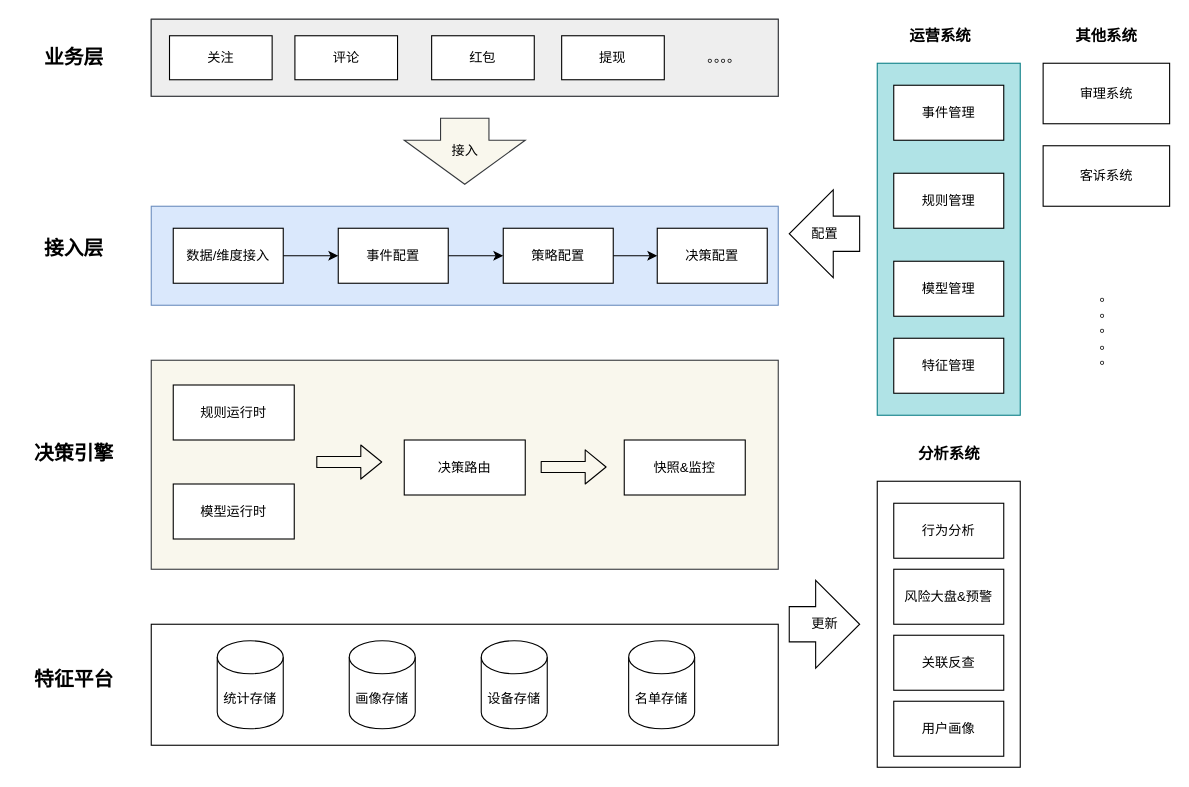
Earlier version of the draw.io diagram risk_engine_infra.drawio (learn2Pro/draw_io_save). Source tidied: cells renumbered, new cells numbered last; positions are measured from the earlier drawing's top-left corner, leaving out a move shared by most shapes. Both pictures are drawn from the tidied source at 110%, with x=0, y=0 at pixel (19, 19).
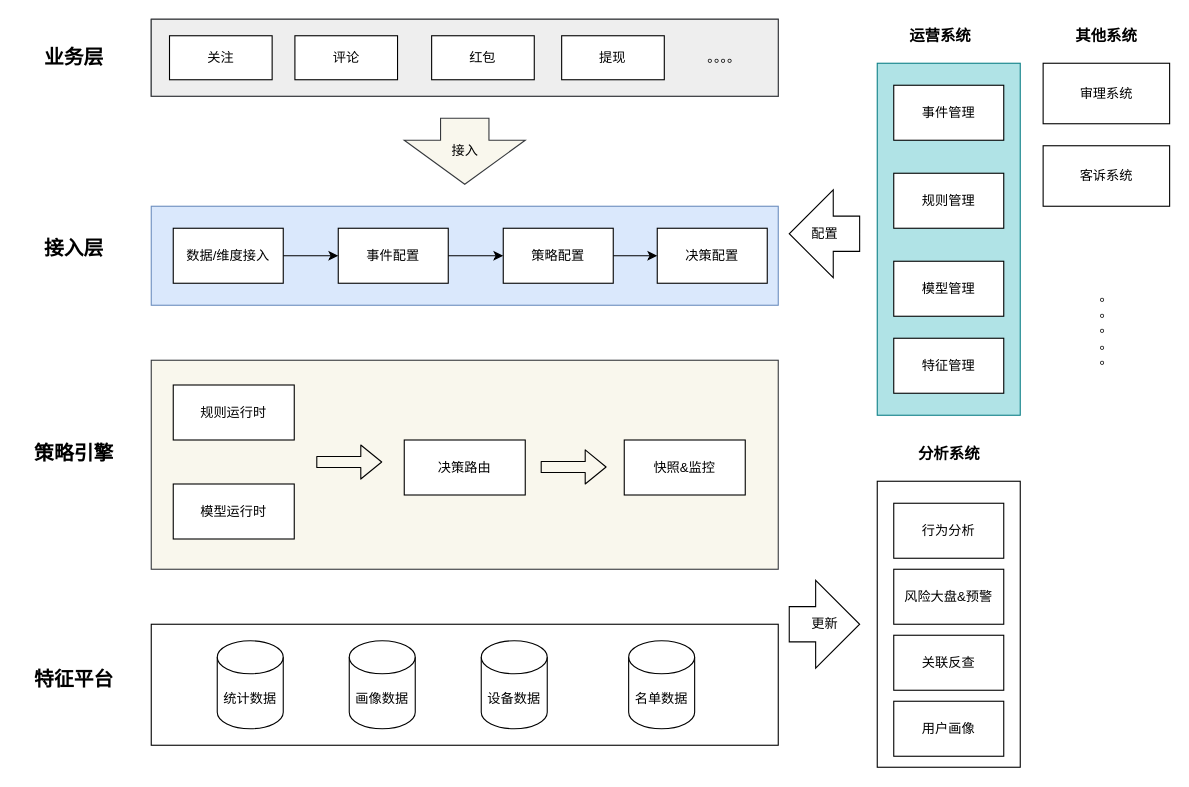
The same diagram, later.

Change to the diagram source:
```diff
@@
-    <mxCell id="41" value="&lt;b&gt;&lt;font style=&quot;font-size: 18px&quot;&gt;决策引擎&lt;/font&gt;&lt;/b&gt;" style="text;html=1;strokeColor=none;fillColor=none;align=center;verticalAlign=middle;whiteSpace=wrap;rounded=0;" parent="1" vertex="1">
+    <mxCell id="41" value="&lt;b&gt;&lt;font style=&quot;font-size: 18px&quot;&gt;策略引擎&lt;/font&gt;&lt;/b&gt;" style="text;html=1;strokeColor=none;fillColor=none;align=center;verticalAlign=middle;whiteSpace=wrap;rounded=0;" parent="1" vertex="1">
       <mxGeometry y="376.2" width="100" height="37.5" as="geometry" />
     </mxCell>
@@
-    <mxCell id="51" value="统计存储" style="shape=cylinder3;whiteSpace=wrap;html=1;boundedLbl=1;backgroundOutline=1;size=15;fillColor=#ffffff;" parent="1" vertex="1">
+    <mxCell id="51" value="统计数据" style="shape=cylinder3;whiteSpace=wrap;html=1;boundedLbl=1;backgroundOutline=1;size=15;fillColor=#ffffff;" parent="1" vertex="1">
       <mxGeometry x="180" y="565" width="60" height="80" as="geometry" />
     </mxCell>
-    <mxCell id="52" value="画像存储" style="shape=cylinder3;whiteSpace=wrap;html=1;boundedLbl=1;backgroundOutline=1;size=15;fillColor=#ffffff;" parent="1" vertex="1">
+    <mxCell id="52" value="画像数据" style="shape=cylinder3;whiteSpace=wrap;html=1;boundedLbl=1;backgroundOutline=1;size=15;fillColor=#ffffff;" parent="1" vertex="1">
       <mxGeometry x="300" y="565" width="60" height="80" as="geometry" />
     </mxCell>
-    <mxCell id="53" value="设备存储" style="shape=cylinder3;whiteSpace=wrap;html=1;boundedLbl=1;backgroundOutline=1;size=15;fillColor=#ffffff;" parent="1" vertex="1">
+    <mxCell id="53" value="设备数据" style="shape=cylinder3;whiteSpace=wrap;html=1;boundedLbl=1;backgroundOutline=1;size=15;fillColor=#ffffff;" parent="1" vertex="1">
       <mxGeometry x="420" y="565" width="60" height="80" as="geometry" />
     </mxCell>
-    <mxCell id="54" value="名单存储" style="shape=cylinder3;whiteSpace=wrap;html=1;boundedLbl=1;backgroundOutline=1;size=15;fillColor=#ffffff;" parent="1" vertex="1">
+    <mxCell id="54" value="名单数据" style="shape=cylinder3;whiteSpace=wrap;html=1;boundedLbl=1;backgroundOutline=1;size=15;fillColor=#ffffff;" parent="1" vertex="1">
       <mxGeometry x="554" y="565" width="60" height="80" as="geometry" />
     </mxCell>
```
